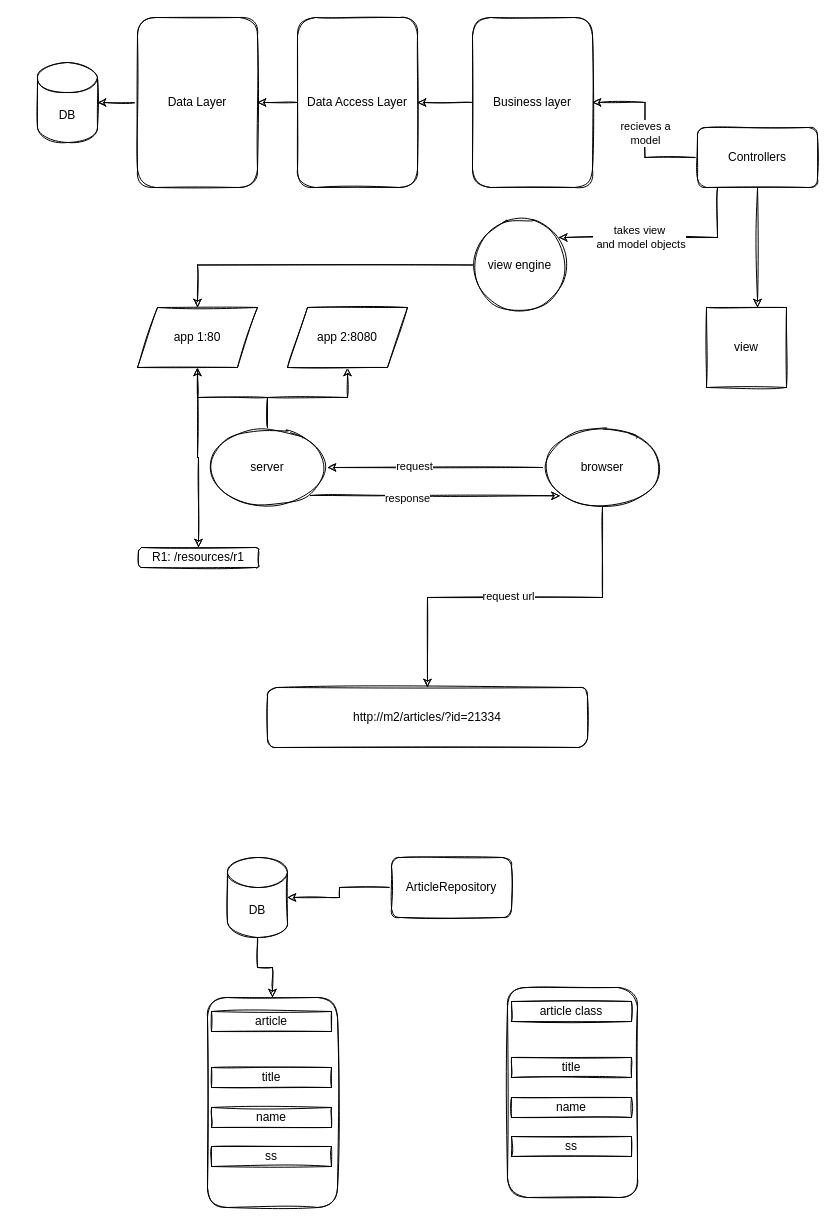
The draw.io diagram page "Arcitecture Digrams" (2 of 4) of Untitled Diagram.drawio in mosup16/wikiwiki-swe-project-digrams, before the edit. Source tidied: cells renumbered, new cells numbered last; positions are measured from the earlier drawing's top-left corner, leaving out a move shared by most shapes. Both pictures are drawn from the tidied source at 100%, with x=0, y=0 at pixel (37, 17).
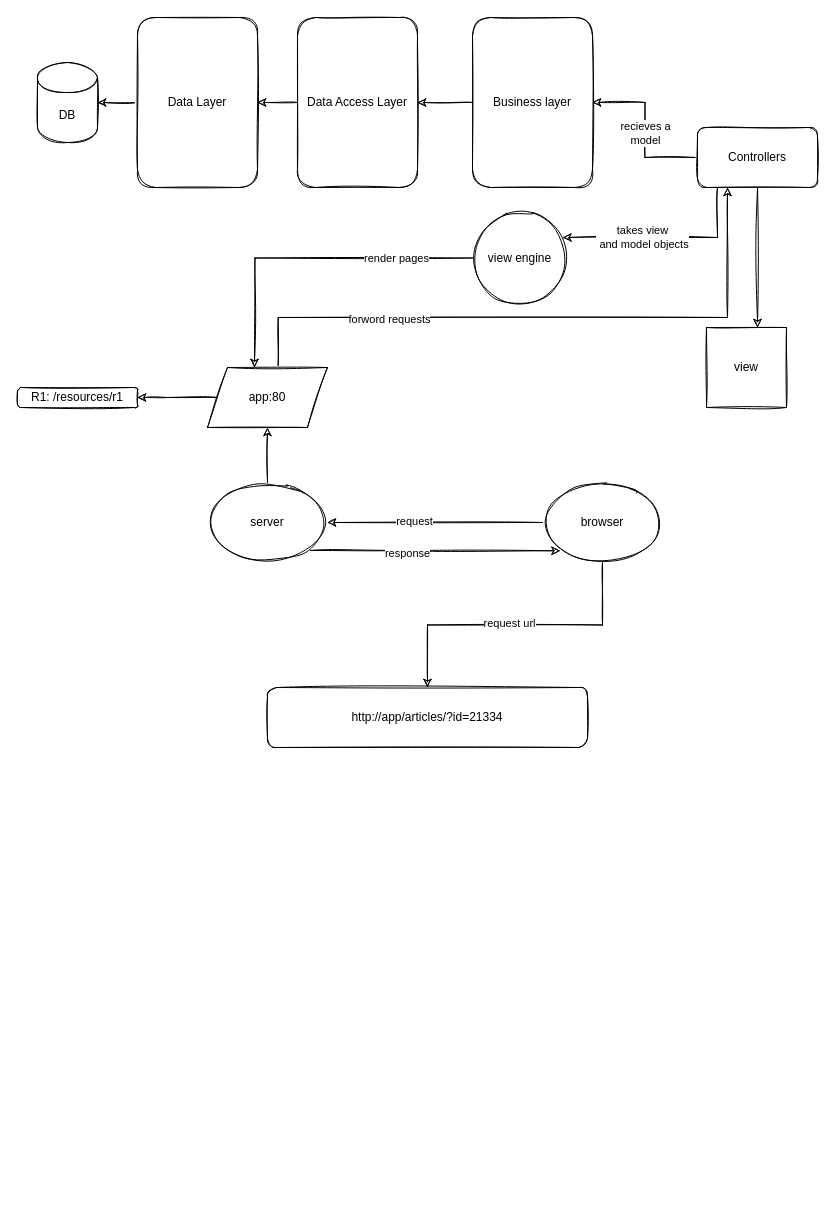
The same page after the edit.

Unchanged cells that the change refers to:
```xml
<mxCell id="2" style="edgeStyle=orthogonalEdgeStyle;rounded=0;sketch=1;jettySize=auto;html=1;" parent="1" edge="1" source="6" target="11">
  <mxGeometry relative="1" as="geometry" />
</mxCell>
<mxCell id="4" style="edgeStyle=orthogonalEdgeStyle;rounded=0;sketch=1;jettySize=auto;html=1;" parent="1" edge="1" source="6" target="13">
  <mxGeometry relative="1" as="geometry" />
</mxCell>
<mxCell id="23" style="edgeStyle=orthogonalEdgeStyle;rounded=0;sketch=1;jettySize=auto;html=1;" parent="1" edge="1" source="28" target="21">
  <mxGeometry relative="1" as="geometry" />
</mxCell>
<mxCell id="26" style="edgeStyle=orthogonalEdgeStyle;rounded=0;sketch=1;jettySize=auto;html=1;" parent="1" edge="1" source="28" target="30">
  <mxGeometry relative="1" as="geometry">
    <Array as="points">
      <mxPoint x="680" y="220" />
    </Array>
  </mxGeometry>
</mxCell>
<mxCell id="28" value="Controllers" style="rounded=1;whiteSpace=wrap;html=1;sketch=1;" parent="1" vertex="1">
  <mxGeometry x="660" y="110" width="120" height="60" as="geometry" />
</mxCell>
```

Change to the diagram source:
```diff
@@
-    <mxCell id="3" value="request" style="edgeLabel;html=1;align=center;verticalAlign=middle;" parent="2" vertex="1">
+    <mxCell id="3" value="request" style="edgeLabel;html=1;align=center;verticalAlign=middle;sketch=1;" parent="2" vertex="1">
       <mxGeometry x="0.2" y="-2" relative="1" as="geometry" />
     </mxCell>
@@
-    <mxCell id="5" value="request url" style="edgeLabel;html=1;align=center;verticalAlign=middle;" parent="4" vertex="1">
+    <mxCell id="5" value="request url" style="edgeLabel;html=1;align=center;verticalAlign=middle;sketch=1;" parent="4" vertex="1">
       <mxGeometry x="0.04" y="-2" relative="1" as="geometry" />
     </mxCell>
     <mxCell id="6" value="browser" style="ellipse;whiteSpace=wrap;html=1;sketch=1;" parent="1" vertex="1">
-      <mxGeometry x="505" y="410" width="120" height="80" as="geometry" />
+      <mxGeometry x="505" y="465" width="120" height="80" as="geometry" />
     </mxCell>
@@
-    <mxCell id="8" style="edgeStyle=orthogonalEdgeStyle;rounded=0;sketch=1;jettySize=auto;html=1;" parent="1" edge="1" source="11" target="16">
-      <mxGeometry relative="1" as="geometry" />
-    </mxCell>
     <mxCell id="9" style="edgeStyle=orthogonalEdgeStyle;rounded=0;sketch=1;jettySize=auto;html=1;entryX=0;entryY=1;entryDx=0;entryDy=0;" parent="1" edge="1" source="11" target="6">
       <mxGeometry relative="1" as="geometry">
         <Array as="points">
-          <mxPoint x="360" y="478" />
-          <mxPoint x="360" y="478" />
+          <mxPoint x="360" y="533" />
+          <mxPoint x="360" y="533" />
         </Array>
       </mxGeometry>
     </mxCell>
-    <mxCell id="10" value="response" style="edgeLabel;html=1;align=center;verticalAlign=middle;" parent="9" vertex="1">
+    <mxCell id="10" value="response" style="edgeLabel;html=1;align=center;verticalAlign=middle;sketch=1;" parent="9" vertex="1">
       <mxGeometry x="-0.24" y="-2" relative="1" as="geometry">
         <mxPoint x="2" as="offset" />
       </mxGeometry>
     </mxCell>
     <mxCell id="11" value="server" style="ellipse;whiteSpace=wrap;html=1;sketch=1;" parent="1" vertex="1">
-      <mxGeometry x="170" y="410" width="120" height="80" as="geometry" />
+      <mxGeometry x="170" y="465" width="120" height="80" as="geometry" />
     </mxCell>
     <mxCell id="12" value="R1: /resources/r1" style="rounded=1;whiteSpace=wrap;html=1;sketch=1;" parent="1" vertex="1">
-      <mxGeometry x="101" y="530" width="120" height="20" as="geometry" />
+      <mxGeometry x="-20" y="370" width="120" height="20" as="geometry" />
     </mxCell>
-    <mxCell id="13" value="http://m2/articles/?id=21334" style="rounded=1;whiteSpace=wrap;html=1;sketch=1;" parent="1" vertex="1">
+    <mxCell id="13" value="http://app/articles/?id=21334" style="rounded=1;whiteSpace=wrap;html=1;sketch=1;" parent="1" vertex="1">
       <mxGeometry x="230" y="670" width="320" height="60" as="geometry" />
     </mxCell>
     <mxCell id="14" style="edgeStyle=orthogonalEdgeStyle;rounded=0;sketch=1;jettySize=auto;html=1;" parent="1" edge="1" source="15" target="12">
-      <mxGeometry relative="1" as="geometry" />
+      <mxGeometry relative="1" as="geometry">
+        <Array as="points">
+          <mxPoint x="130" y="380" />
+          <mxPoint x="130" y="380" />
+        </Array>
+      </mxGeometry>
     </mxCell>
-    <mxCell id="15" value="app 1:80" style="shape=parallelogram;perimeter=parallelogramPerimeter;whiteSpace=wrap;html=1;fixedSize=1;sketch=1;" parent="1" vertex="1">
-      <mxGeometry x="100" y="290" width="120" height="60" as="geometry" />
+    <mxCell id="15" value="app:80" style="shape=parallelogram;perimeter=parallelogramPerimeter;whiteSpace=wrap;html=1;fixedSize=1;sketch=1;" parent="1" vertex="1">
+      <mxGeometry x="170" y="350" width="120" height="60" as="geometry" />
     </mxCell>
-    <mxCell id="16" value="app 2:8080" style="shape=parallelogram;perimeter=parallelogramPerimeter;whiteSpace=wrap;html=1;fixedSize=1;sketch=1;" parent="1" vertex="1">
-      <mxGeometry x="250" y="290" width="120" height="60" as="geometry" />
-    </mxCell>
@@
     <mxCell id="22" value="view" style="whiteSpace=wrap;html=1;sketch=1;" parent="1" vertex="1">
-      <mxGeometry x="669" y="290" width="80" height="80" as="geometry" />
+      <mxGeometry x="669" y="310" width="80" height="80" as="geometry" />
     </mxCell>
@@
-    <mxCell id="24" value="&lt;div&gt;recieves a &lt;br&gt;&lt;/div&gt;&lt;div&gt;model&lt;/div&gt;" style="edgeLabel;html=1;align=center;verticalAlign=middle;" parent="23" vertex="1">
+    <mxCell id="24" value="&lt;div&gt;recieves a &lt;br&gt;&lt;/div&gt;&lt;div&gt;model&lt;/div&gt;" style="edgeLabel;html=1;align=center;verticalAlign=middle;sketch=1;" parent="23" vertex="1">
       <mxGeometry x="-0.25" y="3" relative="1" as="geometry">
         <mxPoint x="3" y="-17" as="offset" />
       </mxGeometry>
     </mxCell>
@@
-    <mxCell id="27" value="&lt;div&gt;takes view&lt;/div&gt;&lt;div&gt;&amp;nbsp;and model objects&lt;/div&gt;" style="edgeLabel;html=1;align=center;verticalAlign=middle;" parent="26" vertex="1">
+    <mxCell id="27" value="&lt;div&gt;takes view&lt;/div&gt;&lt;div&gt;&amp;nbsp;and model objects&lt;/div&gt;" style="edgeLabel;html=1;align=center;verticalAlign=middle;sketch=1;" parent="26" vertex="1">
       <mxGeometry x="0.06" y="-1" relative="1" as="geometry">
         <mxPoint x="-18" as="offset" />
       </mxGeometry>
     </mxCell>
+    <mxCell id="47" style="edgeStyle=orthogonalEdgeStyle;rounded=0;jettySize=auto;html=1;entryX=0.589;entryY=-0.033;entryDx=0;entryDy=0;entryPerimeter=0;endArrow=none;endFill=0;startArrow=classic;startFill=1;strokeWidth=1;sketch=1;" parent="1" edge="1" source="28" target="15">
+      <mxGeometry relative="1" as="geometry">
+        <Array as="points">
+          <mxPoint x="690" y="300" />
+          <mxPoint x="241" y="300" />
+        </Array>
+      </mxGeometry>
+    </mxCell>
+    <mxCell id="48" value="forword requests" style="edgeLabel;html=1;align=center;verticalAlign=middle;sketch=1;" parent="47" vertex="1">
+      <mxGeometry x="-0.05" y="1" relative="1" as="geometry">
+        <mxPoint x="-171" as="offset" />
+      </mxGeometry>
+    </mxCell>
@@
-    <mxCell id="29" style="edgeStyle=orthogonalEdgeStyle;rounded=0;sketch=1;jettySize=auto;html=1;entryX=0.5;entryY=0;entryDx=0;entryDy=0;" parent="1" edge="1" source="30" target="15">
-      <mxGeometry relative="1" as="geometry" />
-    </mxCell>
+    <mxCell id="49" style="edgeStyle=orthogonalEdgeStyle;rounded=0;jettySize=auto;html=1;startArrow=none;startFill=0;endArrow=classic;endFill=1;strokeWidth=1;exitX=0;exitY=0.5;exitDx=0;exitDy=0;sketch=1;" parent="1" edge="1" source="30">
+      <mxGeometry relative="1" as="geometry">
+        <mxPoint x="217" y="350" as="targetPoint" />
+      </mxGeometry>
+    </mxCell>
+    <mxCell id="50" value="render pages" style="edgeLabel;html=1;align=center;verticalAlign=middle;sketch=1;" parent="49" vertex="1">
+      <mxGeometry x="-0.57" y="3" relative="1" as="geometry">
+        <mxPoint x="-7" y="-3" as="offset" />
+      </mxGeometry>
+    </mxCell>
     <mxCell id="30" value="view engine" style="ellipse;whiteSpace=wrap;html=1;sketch=1;" parent="1" vertex="1">
-      <mxGeometry x="435" y="200" width="95" height="95" as="geometry" />
+      <mxGeometry x="435" y="193" width="95" height="95" as="geometry" />
     </mxCell>
@@
-    <mxCell id="33" style="rounded=1;whiteSpace=wrap;html=1;sketch=1;" parent="1" vertex="1">
-      <mxGeometry x="170" y="980" width="130" height="210" as="geometry" />
-    </mxCell>
-    <mxCell id="34" value="article" style="rounded=0;whiteSpace=wrap;html=1;sketch=1;" parent="1" vertex="1">
-      <mxGeometry x="174" y="994" width="120" height="20" as="geometry" />
-    </mxCell>
-    <mxCell id="35" value="title" style="rounded=0;whiteSpace=wrap;html=1;sketch=1;" parent="1" vertex="1">
-      <mxGeometry x="174" y="1050" width="120" height="20" as="geometry" />
-    </mxCell>
-    <mxCell id="36" value="name" style="rounded=0;whiteSpace=wrap;html=1;sketch=1;" parent="1" vertex="1">
-      <mxGeometry x="174" y="1090" width="120" height="20" as="geometry" />
-    </mxCell>
-    <mxCell id="37" value="ss" style="rounded=0;whiteSpace=wrap;html=1;sketch=1;" parent="1" vertex="1">
-      <mxGeometry x="174" y="1129" width="120" height="20" as="geometry" />
-    </mxCell>
-    <mxCell id="38" style="rounded=1;whiteSpace=wrap;html=1;sketch=1;" parent="1" vertex="1">
-      <mxGeometry x="470" y="970" width="130" height="210" as="geometry" />
-    </mxCell>
-    <mxCell id="39" value="article class" style="rounded=0;whiteSpace=wrap;html=1;sketch=1;" parent="1" vertex="1">
-      <mxGeometry x="474" y="984" width="120" height="20" as="geometry" />
-    </mxCell>
-    <mxCell id="40" value="title" style="rounded=0;whiteSpace=wrap;html=1;sketch=1;" parent="1" vertex="1">
-      <mxGeometry x="474" y="1040" width="120" height="20" as="geometry" />
-    </mxCell>
-    <mxCell id="41" value="name" style="rounded=0;whiteSpace=wrap;html=1;sketch=1;" parent="1" vertex="1">
-      <mxGeometry x="474" y="1080" width="120" height="20" as="geometry" />
-    </mxCell>
-    <mxCell id="42" value="ss" style="rounded=0;whiteSpace=wrap;html=1;sketch=1;" parent="1" vertex="1">
-      <mxGeometry x="474" y="1119" width="120" height="20" as="geometry" />
-    </mxCell>
-    <mxCell id="43" style="edgeStyle=orthogonalEdgeStyle;rounded=0;sketch=1;jettySize=auto;html=1;" parent="1" edge="1" source="44" target="46">
-      <mxGeometry relative="1" as="geometry" />
-    </mxCell>
-    <mxCell id="44" value="ArticleRepository" style="rounded=1;whiteSpace=wrap;html=1;sketch=1;" parent="1" vertex="1">
-      <mxGeometry x="354" y="840" width="120" height="60" as="geometry" />
-    </mxCell>
-    <mxCell id="45" style="edgeStyle=orthogonalEdgeStyle;rounded=0;sketch=1;jettySize=auto;html=1;" parent="1" edge="1" source="46" target="33">
-      <mxGeometry relative="1" as="geometry" />
-    </mxCell>
-    <mxCell id="46" value="DB" style="shape=cylinder3;whiteSpace=wrap;html=1;boundedLbl=1;backgroundOutline=1;size=15;sketch=1;" parent="1" vertex="1">
-      <mxGeometry x="190" y="840" width="60" height="80" as="geometry" />
-    </mxCell>
```
